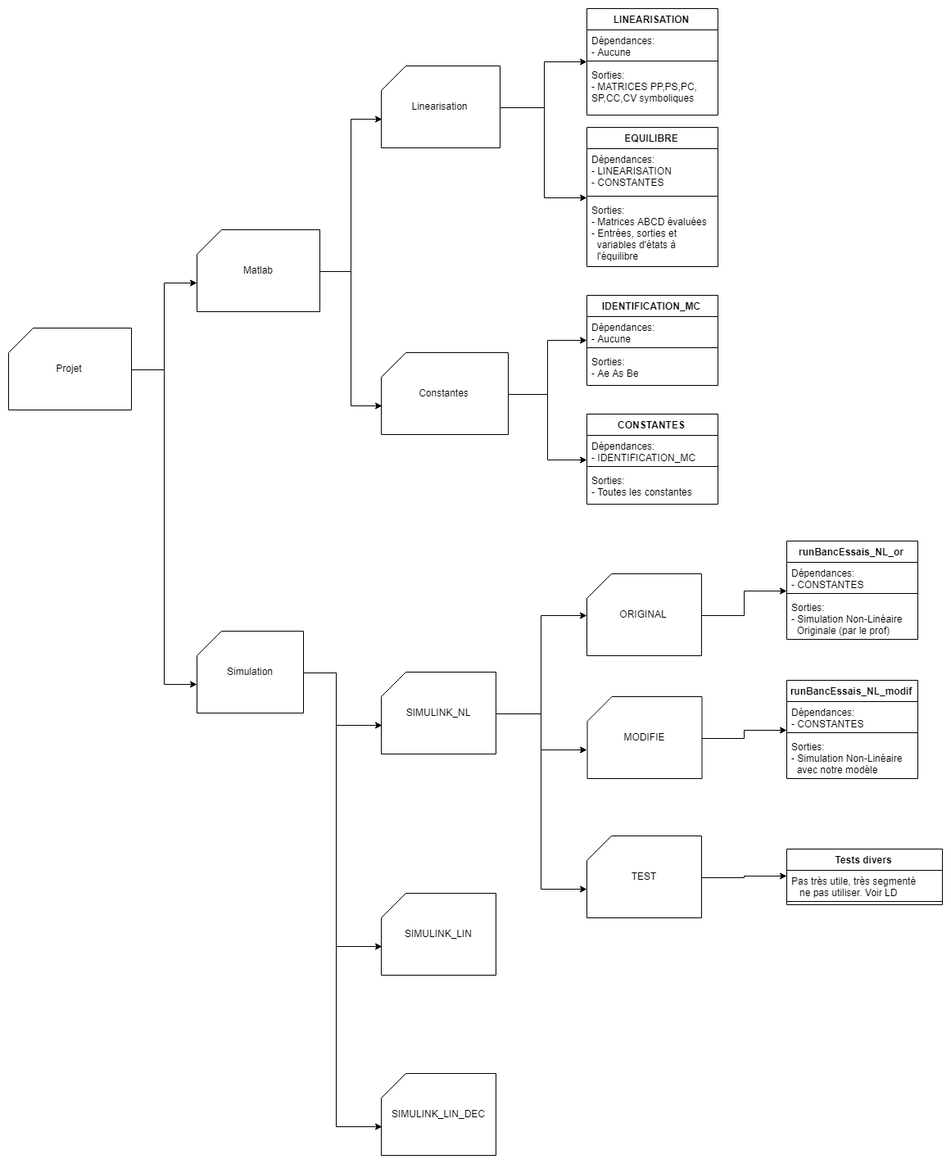
The draw.io diagram ARBORESCENCE_CODE.png in Patrih/S5P1, before a commit. Source tidied: cells renumbered, new cells last; positions are measured from the earlier drawing's top-left corner, leaving out a move shared by most shapes.
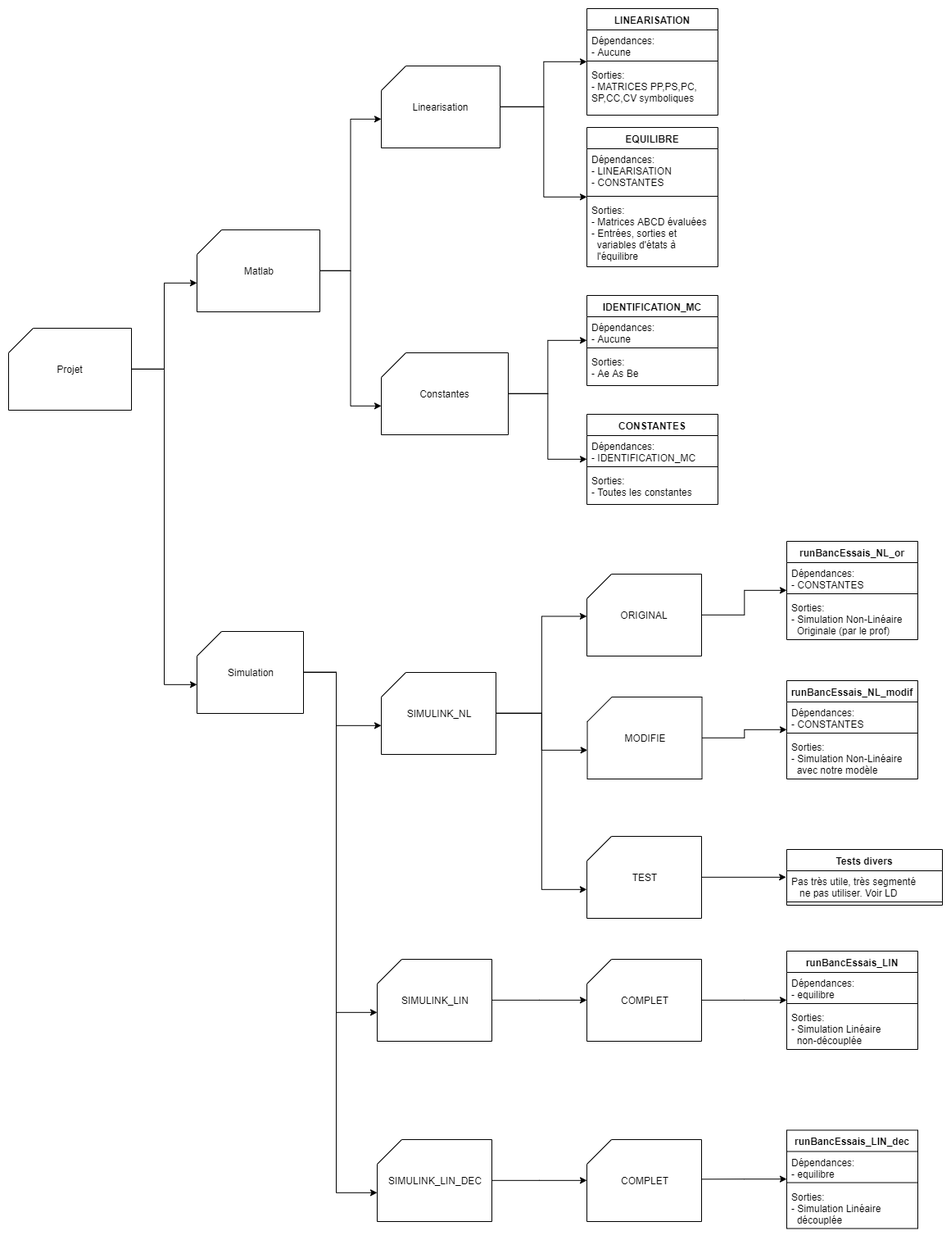
Later version of the same file.

Diff of the diagram source:
```diff
@@ -32,7 +32,7 @@
       <mxGeometry relative="1" as="geometry">
         <Array as="points">
           <mxPoint x="400" y="811" />
-          <mxPoint x="400" y="1145" />
+          <mxPoint x="400" y="1225" />
         </Array>
       </mxGeometry>
     </mxCell>
@@ -40,7 +40,7 @@
       <mxGeometry relative="1" as="geometry">
         <Array as="points">
           <mxPoint x="400" y="811" />
-          <mxPoint x="400" y="1365" />
+          <mxPoint x="400" y="1445" />
         </Array>
       </mxGeometry>
     </mxCell>
@@ -176,11 +176,55 @@
     <mxCell id="54" style="line;strokeWidth=1;fillColor=none;align=left;verticalAlign=middle;spacingTop=-1;spacingLeft=3;spacingRight=3;labelPosition=right;" parent="52" vertex="1">
       <mxGeometry y="60" width="190" height="8" as="geometry" />
     </mxCell>
+    <mxCell id="57" style="edgeStyle=orthogonalEdgeStyle;rounded=0;jettySize=auto;html=1;exitX=1;exitY=0.5;exitDx=0;exitDy=0;exitPerimeter=0;" parent="1" edge="1" source="55" target="60">
+      <mxGeometry relative="1" as="geometry" />
+    </mxCell>
     <mxCell id="55" value="SIMULINK_LIN" style="shape=card;whiteSpace=wrap;html=1;" parent="1" vertex="1">
-      <mxGeometry x="455" y="1080" width="140" height="100" as="geometry" />
+      <mxGeometry x="450" y="1160" width="140" height="100" as="geometry" />
     </mxCell>
+    <mxCell id="58" style="edgeStyle=orthogonalEdgeStyle;rounded=0;jettySize=auto;html=1;exitX=1;exitY=0.5;exitDx=0;exitDy=0;exitPerimeter=0;" parent="1" edge="1" source="56" target="61">
+      <mxGeometry relative="1" as="geometry" />
+    </mxCell>
     <mxCell id="56" value="SIMULINK_LIN_DEC" style="shape=card;whiteSpace=wrap;html=1;" parent="1" vertex="1">
-      <mxGeometry x="455" y="1300" width="140" height="100" as="geometry" />
+      <mxGeometry x="450" y="1380" width="140" height="100" as="geometry" />
     </mxCell>
+    <mxCell id="59" style="edgeStyle=orthogonalEdgeStyle;rounded=0;jettySize=auto;html=1;exitX=1;exitY=0.5;exitDx=0;exitDy=0;exitPerimeter=0;" parent="1" edge="1" source="60" target="62">
+      <mxGeometry relative="1" as="geometry" />
+    </mxCell>
+    <mxCell id="60" value="COMPLET" style="shape=card;whiteSpace=wrap;html=1;" parent="1" vertex="1">
+      <mxGeometry x="706" y="1160" width="140" height="100" as="geometry" />
+    </mxCell>
+    <mxCell id="61" value="COMPLET" style="shape=card;whiteSpace=wrap;html=1;" parent="1" vertex="1">
+      <mxGeometry x="706" y="1380" width="140" height="100" as="geometry" />
+    </mxCell>
+    <mxCell id="62" value="runBancEssais_LIN" style="swimlane;fontStyle=1;align=center;verticalAlign=top;horizontal=1;startSize=26;" parent="1" vertex="1">
+      <mxGeometry x="950" y="1150" width="160" height="120" as="geometry" />
+    </mxCell>
+    <mxCell id="63" value="Dépendances:&#10;- equilibre" style="text;strokeColor=none;fillColor=none;align=left;verticalAlign=top;spacingLeft=4;spacingRight=4;overflow=hidden;" parent="62" vertex="1">
+      <mxGeometry y="26" width="160" height="34" as="geometry" />
+    </mxCell>
+    <mxCell id="64" style="line;strokeWidth=1;fillColor=none;align=left;verticalAlign=middle;spacingTop=-1;spacingLeft=3;spacingRight=3;labelPosition=right;" parent="62" vertex="1">
+      <mxGeometry y="60" width="160" height="8" as="geometry" />
+    </mxCell>
+    <mxCell id="65" value="Sorties:&#10;- Simulation Linéaire&#10;  non-découplée" style="text;strokeColor=none;fillColor=none;align=left;verticalAlign=top;spacingLeft=4;spacingRight=4;overflow=hidden;" parent="62" vertex="1">
+      <mxGeometry y="68" width="160" height="52" as="geometry" />
+    </mxCell>
+    <mxCell id="66" style="edgeStyle=orthogonalEdgeStyle;rounded=0;jettySize=auto;html=1;exitX=1;exitY=0.5;exitDx=0;exitDy=0;exitPerimeter=0;" parent="1" edge="1" target="67">
+      <mxGeometry relative="1" as="geometry">
+        <mxPoint x="845.8" y="1428.3" as="sourcePoint" />
+      </mxGeometry>
+    </mxCell>
+    <mxCell id="67" value="runBancEssais_LIN_dec" style="swimlane;fontStyle=1;align=center;verticalAlign=top;horizontal=1;startSize=26;" parent="1" vertex="1">
+      <mxGeometry x="950" y="1368.5" width="160" height="120" as="geometry" />
+    </mxCell>
+    <mxCell id="68" value="Dépendances:&#10;- equilibre" style="text;strokeColor=none;fillColor=none;align=left;verticalAlign=top;spacingLeft=4;spacingRight=4;overflow=hidden;" parent="67" vertex="1">
+      <mxGeometry y="26" width="160" height="34" as="geometry" />
+    </mxCell>
+    <mxCell id="69" style="line;strokeWidth=1;fillColor=none;align=left;verticalAlign=middle;spacingTop=-1;spacingLeft=3;spacingRight=3;labelPosition=right;" parent="67" vertex="1">
+      <mxGeometry y="60" width="160" height="8" as="geometry" />
+    </mxCell>
+    <mxCell id="70" value="Sorties:&#10;- Simulation Linéaire&#10;  découplée" style="text;strokeColor=none;fillColor=none;align=left;verticalAlign=top;spacingLeft=4;spacingRight=4;overflow=hidden;" parent="67" vertex="1">
+      <mxGeometry y="68" width="160" height="52" as="geometry" />
+    </mxCell>
   </root>
 </mxGraphModel>
```
